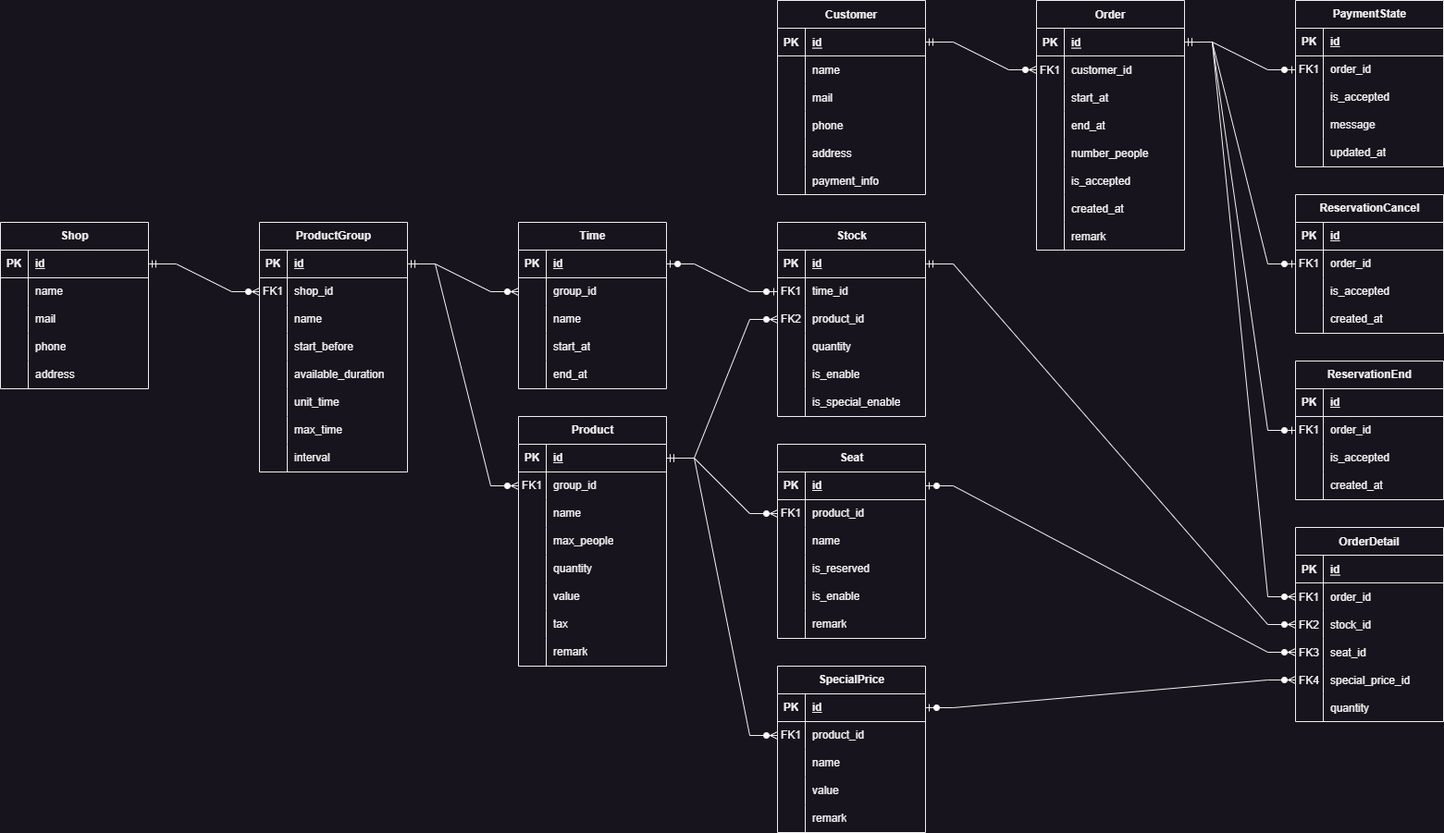
Earlier version of the draw.io export ER.drawio.png (omusobadon/Go_APIServer). Source tidied: cells renumbered, new cells last; positions are measured from the earlier drawing's top-left corner, leaving out a move shared by most shapes.
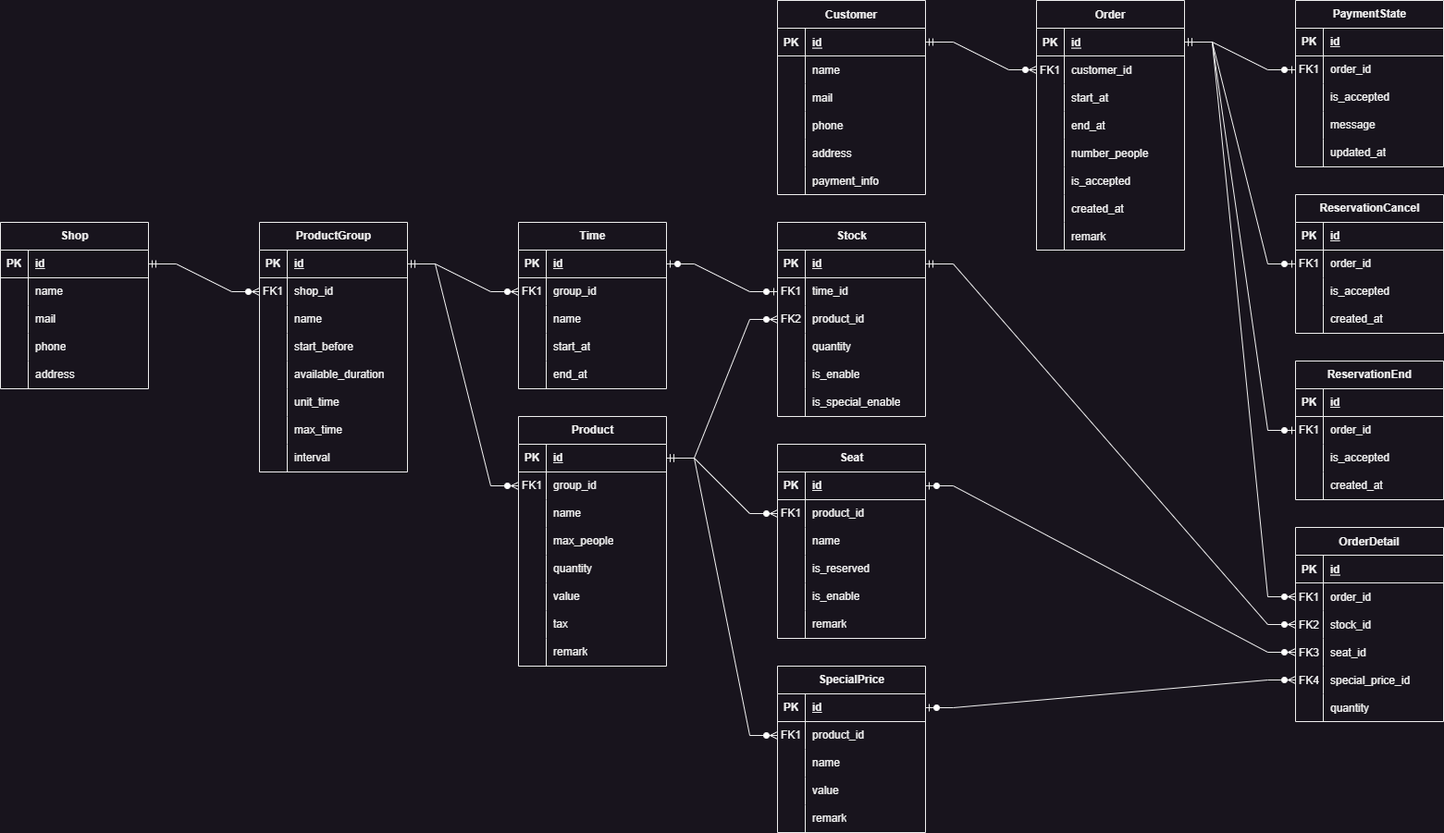
The same file after the commit.

What changed in the source:
```diff
@@ -731,7 +731,7 @@
     <mxCell id="244" style="shape=tableRow;horizontal=0;startSize=0;swimlaneHead=0;swimlaneBody=0;fillColor=none;points=[[0,0.5],[1,0.5]];portConstraint=eastwest;top=0;left=0;right=0;bottom=0;" parent="240" vertex="1">
       <mxGeometry y="60" width="160" height="30" as="geometry" />
     </mxCell>
-    <mxCell id="245" style="shape=partialRectangle;fillColor=none;top=0;left=0;bottom=0;right=0;overflow=hidden;whiteSpace=wrap;html=1;" parent="244" vertex="1">
+    <mxCell id="245" value="FK1" style="shape=partialRectangle;fillColor=none;top=0;left=0;bottom=0;right=0;overflow=hidden;whiteSpace=wrap;html=1;" parent="244" vertex="1">
       <mxGeometry width="30" height="30" as="geometry" />
     </mxCell>
     <mxCell id="246" value="group_id" style="shape=partialRectangle;fillColor=none;top=0;left=0;bottom=0;right=0;align=left;spacingLeft=6;overflow=hidden;whiteSpace=wrap;html=1;" parent="244" vertex="1">
```
